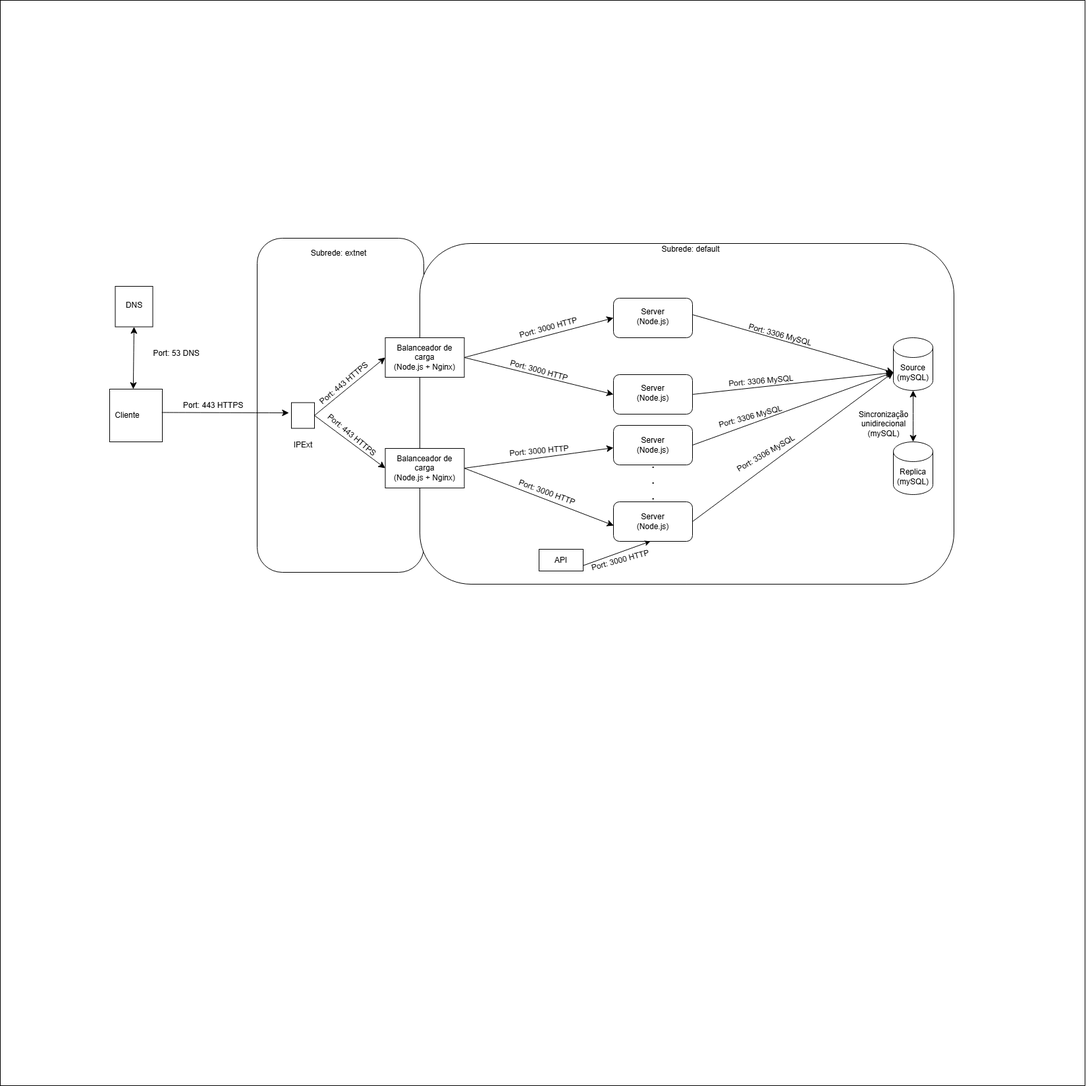
This is ArquiteturaSistema.png from rayanssan/techthrift, a draw.io export, as it was before one commit. Source tidied: cells renumbered, new cells last; positions are measured from the earlier drawing's top-left corner, leaving out a move shared by most shapes.
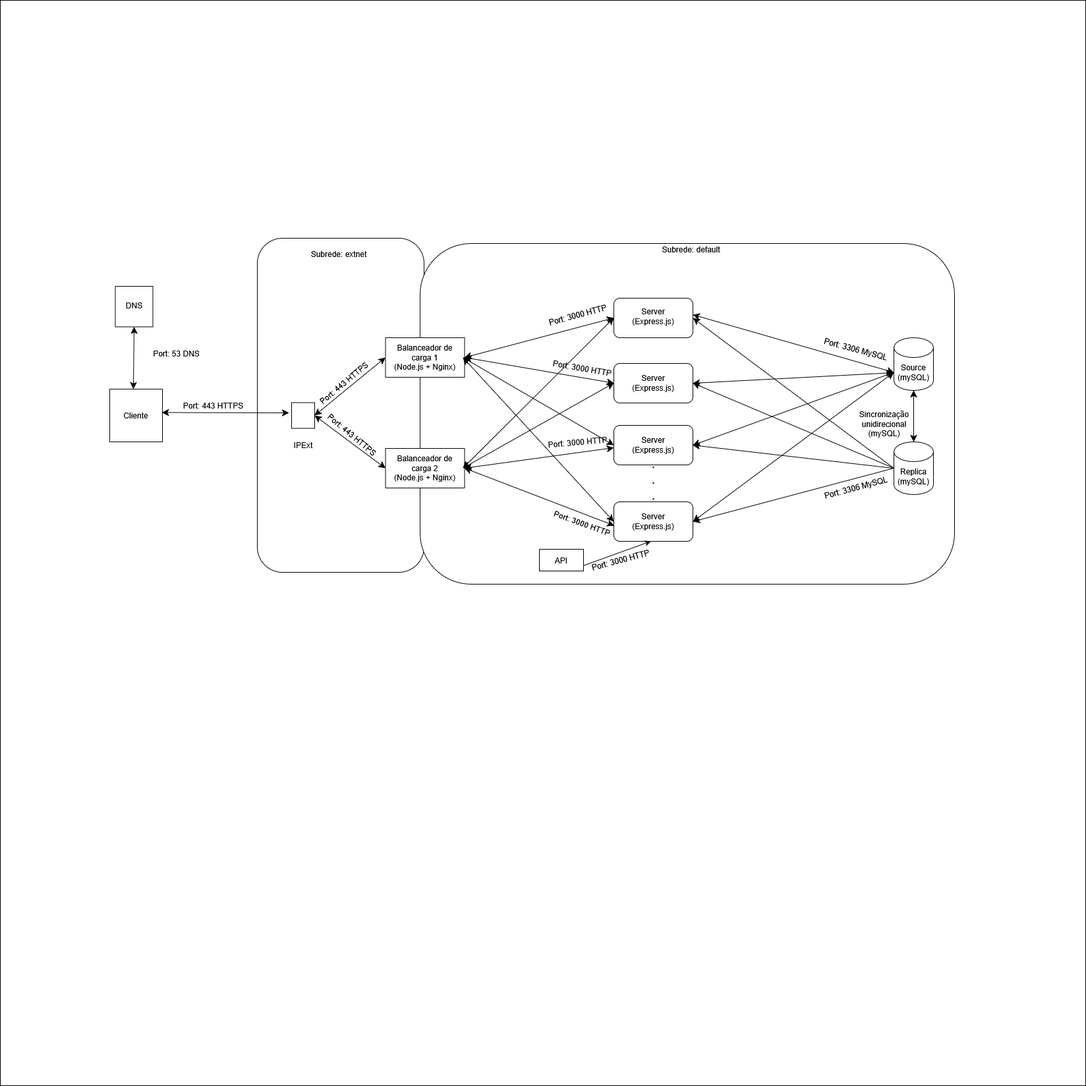
Above is the later version.

Commit message:
Ligações bidirecionais, servidores Express

Change to the diagram source:
```diff
@@ -29,3 +29,3 @@
     <mxCell id="10" style="rounded=1;whiteSpace=wrap;html=1;" parent="1" vertex="1">
-      <mxGeometry x="931" y="568" width="120" height="60" as="geometry" />
+      <mxGeometry x="931" y="551" width="120" height="60" as="geometry" />
     </mxCell>
@@ -43,3 +43,3 @@
     </mxCell>
-    <mxCell id="15" style="endArrow=classic;html=1;rounded=0;fontSize=12;startSize=8;endSize=8;curved=1;exitX=1;exitY=0.5;exitDx=0;exitDy=0;" parent="1" edge="1" source="10">
+    <mxCell id="15" style="endArrow=classic;startArrow=classic;html=1;rounded=0;fontSize=12;startSize=8;endSize=8;curved=1;exitX=1;exitY=0.5;exitDx=0;exitDy=0;" parent="1" edge="1" source="10">
       <mxGeometry relative="1" as="geometry">
@@ -48,3 +48,3 @@
     </mxCell>
-    <mxCell id="16" style="endArrow=classic;html=1;rounded=0;fontSize=12;startSize=8;endSize=8;curved=1;exitX=1;exitY=0.5;exitDx=0;exitDy=0;entryX=0;entryY=0;entryDx=0;entryDy=52.5;entryPerimeter=0;" parent="1" edge="1" target="13">
+    <mxCell id="16" style="endArrow=classic;startArrow=classic;html=1;rounded=0;fontSize=12;startSize=8;endSize=8;curved=1;exitX=1;exitY=0.5;exitDx=0;exitDy=0;entryX=0;entryY=0;entryDx=0;entryDy=52.5;entryPerimeter=0;" parent="1" edge="1" target="13">
       <mxGeometry relative="1" as="geometry">
@@ -53,6 +53,6 @@
     </mxCell>
-    <mxCell id="17" style="endArrow=classic;html=1;rounded=0;fontSize=12;startSize=8;endSize=8;curved=1;exitX=1;exitY=0.5;exitDx=0;exitDy=0;entryX=0;entryY=0;entryDx=0;entryDy=52.5;entryPerimeter=0;" parent="1" edge="1" source="11" target="13">
+    <mxCell id="17" style="endArrow=classic;startArrow=classic;html=1;rounded=0;fontSize=12;startSize=8;endSize=8;curved=1;exitX=1;exitY=0.5;exitDx=0;exitDy=0;entryX=0;entryY=0;entryDx=0;entryDy=52.5;entryPerimeter=0;" parent="1" edge="1" source="11" target="13">
       <mxGeometry relative="1" as="geometry" />
     </mxCell>
-    <mxCell id="18" style="endArrow=classic;html=1;rounded=0;fontSize=12;startSize=8;endSize=8;curved=1;exitX=1;exitY=0.5;exitDx=0;exitDy=0;entryX=0;entryY=0;entryDx=0;entryDy=52.5;entryPerimeter=0;" parent="1" edge="1" source="12" target="13">
+    <mxCell id="18" style="endArrow=classic;startArrow=classic;html=1;rounded=0;fontSize=12;startSize=8;endSize=8;curved=1;exitX=1;exitY=0.5;exitDx=0;exitDy=0;entryX=0;entryY=0;entryDx=0;entryDy=52.5;entryPerimeter=0;" parent="1" edge="1" source="12" target="13">
       <mxGeometry relative="1" as="geometry" />
@@ -62,6 +62,6 @@
     </mxCell>
-    <mxCell id="20" style="endArrow=classic;html=1;rounded=0;fontSize=12;startSize=8;endSize=8;curved=1;exitX=1;exitY=0.5;exitDx=0;exitDy=0;entryX=0;entryY=0.5;entryDx=0;entryDy=0;" parent="1" edge="1" source="7" target="9">
+    <mxCell id="20" style="endArrow=classic;startArrow=classic;html=1;rounded=0;fontSize=12;startSize=8;endSize=8;curved=1;exitX=1;exitY=0.5;exitDx=0;exitDy=0;entryX=0;entryY=0.5;entryDx=0;entryDy=0;" parent="1" edge="1" source="7" target="9">
       <mxGeometry relative="1" as="geometry" />
     </mxCell>
-    <mxCell id="21" style="endArrow=classic;html=1;rounded=0;fontSize=12;startSize=8;endSize=8;curved=1;exitX=1;exitY=0.5;exitDx=0;exitDy=0;entryX=0;entryY=0.5;entryDx=0;entryDy=0;" parent="1" edge="1" source="7" target="10">
+    <mxCell id="21" style="endArrow=classic;startArrow=classic;html=1;rounded=0;fontSize=12;startSize=8;endSize=8;curved=1;exitX=1;exitY=0.5;exitDx=0;exitDy=0;entryX=0;entryY=0.5;entryDx=0;entryDy=0;" parent="1" edge="1" source="7" target="10">
       <mxGeometry relative="1" as="geometry" />
@@ -73,3 +73,3 @@
     </mxCell>
-    <mxCell id="23" style="endArrow=classic;html=1;rounded=0;fontSize=12;startSize=8;endSize=8;curved=1;exitX=0.99;exitY=0.443;exitDx=0;exitDy=0;exitPerimeter=0;" parent="1" edge="1" source="5">
+    <mxCell id="23" style="endArrow=classic;startArrow=classic;html=1;rounded=0;fontSize=12;startSize=8;endSize=8;curved=1;exitX=0.99;exitY=0.443;exitDx=0;exitDy=0;exitPerimeter=0;" parent="1" edge="1" source="5">
       <mxGeometry relative="1" as="geometry">
@@ -81,6 +81,6 @@
     </mxCell>
-    <mxCell id="25" style="endArrow=classic;html=1;rounded=0;fontSize=12;startSize=8;endSize=8;curved=1;exitX=1;exitY=0.5;exitDx=0;exitDy=0;entryX=0;entryY=0.5;entryDx=0;entryDy=0;" parent="1" edge="1" source="24" target="7">
+    <mxCell id="25" style="endArrow=classic;startArrow=classic;html=1;rounded=0;fontSize=12;startSize=8;endSize=8;curved=1;exitX=1;exitY=0.5;exitDx=0;exitDy=0;entryX=0;entryY=0.5;entryDx=0;entryDy=0;" parent="1" edge="1" source="24" target="7">
       <mxGeometry relative="1" as="geometry" />
     </mxCell>
-    <mxCell id="26" value="&lt;div&gt;Balanceador de carga&lt;/div&gt;&lt;div&gt;(Node.js + Nginx)&lt;/div&gt;" style="text;html=1;align=center;verticalAlign=middle;whiteSpace=wrap;rounded=0;" parent="1" vertex="1">
+    <mxCell id="26" value="&lt;div&gt;Balanceador de carga 1&lt;/div&gt;&lt;div&gt;(Node.js + Nginx)&lt;/div&gt;" style="text;html=1;align=center;verticalAlign=middle;whiteSpace=wrap;rounded=0;" parent="1" vertex="1">
       <mxGeometry x="587" y="527" width="115" height="30" as="geometry" />
@@ -91,14 +91,14 @@
     <mxCell id="28" value="Cliente" style="text;html=1;align=center;verticalAlign=middle;whiteSpace=wrap;rounded=0;" parent="1" vertex="1">
-      <mxGeometry x="163" y="615" width="60" height="30" as="geometry" />
+      <mxGeometry x="176" y="615" width="60" height="30" as="geometry" />
     </mxCell>
-    <mxCell id="29" value="&lt;div&gt;Server&lt;/div&gt;&lt;div&gt;(Node.js)&lt;/div&gt;" style="text;html=1;align=center;verticalAlign=middle;whiteSpace=wrap;rounded=0;" parent="1" vertex="1">
+    <mxCell id="29" value="&lt;div&gt;Server&lt;/div&gt;&lt;div&gt;(Express.js)&lt;/div&gt;" style="text;html=1;align=center;verticalAlign=middle;whiteSpace=wrap;rounded=0;" parent="1" vertex="1">
       <mxGeometry x="961" y="465" width="60" height="30" as="geometry" />
     </mxCell>
-    <mxCell id="30" value="&lt;div&gt;Server&lt;/div&gt;&lt;div&gt;(Node.js)&lt;/div&gt;" style="text;html=1;align=center;verticalAlign=middle;whiteSpace=wrap;rounded=0;" parent="1" vertex="1">
-      <mxGeometry x="961" y="580.5" width="60" height="30" as="geometry" />
+    <mxCell id="30" value="&lt;div&gt;Server&lt;/div&gt;&lt;div&gt;(Express.js)&lt;/div&gt;" style="text;html=1;align=center;verticalAlign=middle;whiteSpace=wrap;rounded=0;" parent="1" vertex="1">
+      <mxGeometry x="961" y="566.1" width="60" height="30" as="geometry" />
     </mxCell>
-    <mxCell id="31" value="&lt;div&gt;Server&lt;/div&gt;&lt;div&gt;(Node.js)&lt;/div&gt;" style="text;html=1;align=center;verticalAlign=middle;whiteSpace=wrap;rounded=0;" parent="1" vertex="1">
+    <mxCell id="31" value="&lt;div&gt;Server&lt;/div&gt;&lt;div&gt;(Express.js)&lt;/div&gt;" style="text;html=1;align=center;verticalAlign=middle;whiteSpace=wrap;rounded=0;" parent="1" vertex="1">
       <mxGeometry x="961" y="660" width="60" height="30" as="geometry" />
     </mxCell>
-    <mxCell id="32" value="&lt;div&gt;Server&lt;/div&gt;&lt;div&gt;(Node.js)&lt;/div&gt;" style="text;html=1;align=center;verticalAlign=middle;whiteSpace=wrap;rounded=0;" parent="1" vertex="1">
+    <mxCell id="32" value="&lt;div&gt;Server&lt;/div&gt;&lt;div&gt;(Express.js)&lt;/div&gt;" style="text;html=1;align=center;verticalAlign=middle;whiteSpace=wrap;rounded=0;" parent="1" vertex="1">
       <mxGeometry x="961" y="776" width="60" height="30" as="geometry" />
@@ -109,3 +109,3 @@
     <mxCell id="34" value="Port: 3000 HTTP" style="text;html=1;align=center;verticalAlign=middle;whiteSpace=wrap;rounded=0;rotation=-15;" parent="1" vertex="1">
-      <mxGeometry x="778" y="482" width="109" height="30" as="geometry" />
+      <mxGeometry x="822" y="463" width="109" height="30" as="geometry" />
     </mxCell>
@@ -123,3 +123,3 @@
     </mxCell>
-    <mxCell id="39" style="endArrow=classic;html=1;rounded=0;fontSize=12;startSize=8;endSize=8;curved=1;exitX=1;exitY=0.5;exitDx=0;exitDy=0;entryX=0;entryY=0.5;entryDx=0;entryDy=0;" parent="1" edge="1" source="8">
+    <mxCell id="39" style="endArrow=classic;startArrow=classic;html=1;rounded=0;fontSize=12;startSize=8;endSize=8;curved=1;exitX=1;exitY=0.5;exitDx=0;exitDy=0;entryX=0;entryY=0.5;entryDx=0;entryDy=0;" parent="1" edge="1" source="8">
       <mxGeometry relative="1" as="geometry">
@@ -128,3 +128,3 @@
     </mxCell>
-    <mxCell id="40" style="endArrow=classic;html=1;rounded=0;fontSize=12;startSize=8;endSize=8;curved=1;exitX=1;exitY=0.5;exitDx=0;exitDy=0;" parent="1" edge="1" source="8">
+    <mxCell id="40" style="endArrow=classic;startArrow=classic;html=1;rounded=0;fontSize=12;startSize=8;endSize=8;curved=1;exitX=1;exitY=0.5;exitDx=0;exitDy=0;" parent="1" edge="1" source="8">
       <mxGeometry relative="1" as="geometry">
@@ -147,3 +147,3 @@
     </mxCell>
-    <mxCell id="45" style="endArrow=classic;html=1;rounded=0;fontSize=12;startSize=8;endSize=8;curved=1;exitX=1;exitY=0.5;exitDx=0;exitDy=0;entryX=0;entryY=0.5;entryDx=0;entryDy=0;" parent="1" edge="1" source="24" target="8">
+    <mxCell id="45" style="endArrow=classic;startArrow=classic;html=1;rounded=0;fontSize=12;startSize=8;endSize=8;curved=1;exitX=1;exitY=0.5;exitDx=0;exitDy=0;entryX=0;entryY=0.5;entryDx=0;entryDy=0;" parent="1" edge="1" source="24" target="8">
       <mxGeometry relative="1" as="geometry" />
@@ -153,25 +153,19 @@
     </mxCell>
-    <mxCell id="47" value="&lt;div&gt;Balanceador de carga&lt;/div&gt;&lt;div&gt;(Node.js + Nginx)&lt;/div&gt;" style="text;html=1;align=center;verticalAlign=middle;whiteSpace=wrap;rounded=0;" parent="1" vertex="1">
+    <mxCell id="47" value="&lt;div&gt;Balanceador de carga 2&lt;/div&gt;&lt;div&gt;(Node.js + Nginx)&lt;/div&gt;" style="text;html=1;align=center;verticalAlign=middle;whiteSpace=wrap;rounded=0;" parent="1" vertex="1">
       <mxGeometry x="587" y="695" width="115" height="30" as="geometry" />
     </mxCell>
-    <mxCell id="48" value="Port: 3000 HTTP" style="text;html=1;align=center;verticalAlign=middle;whiteSpace=wrap;rounded=0;rotation=15;" parent="1" vertex="1">
-      <mxGeometry x="764" y="540" width="109" height="43" as="geometry" />
+    <mxCell id="48" value="Port: 3000 HTTP" style="text;html=1;align=center;verticalAlign=middle;whiteSpace=wrap;rounded=0;rotation=10;" parent="1" vertex="1">
+      <mxGeometry x="829" y="537" width="109" height="43" as="geometry" />
     </mxCell>
     <mxCell id="49" value="Port: 3000 HTTP" style="text;html=1;align=center;verticalAlign=middle;whiteSpace=wrap;rounded=0;rotation=-5;" parent="1" vertex="1">
-      <mxGeometry x="764" y="662" width="109" height="43" as="geometry" />
+      <mxGeometry x="822" y="649.5" width="109" height="43" as="geometry" />
     </mxCell>
     <mxCell id="50" value="Port: 3000 HTTP" style="text;html=1;align=center;verticalAlign=middle;whiteSpace=wrap;rounded=0;rotation=20;" parent="1" vertex="1">
-      <mxGeometry x="776" y="725" width="109" height="43" as="geometry" />
+      <mxGeometry x="829" y="772" width="109" height="43" as="geometry" />
     </mxCell>
     <mxCell id="51" value="Port: 3306 MySQL&lt;span style=&quot;color: rgba(0, 0, 0, 0); font-family: monospace; font-size: 0px; text-align: start; text-wrap-mode: nowrap;&quot;&gt;%3CmxGraphModel%3E%3Croot%3E%3CmxCell%20id%3D%220%22%2F%3E%3CmxCell%20id%3D%221%22%20parent%3D%220%22%2F%3E%3CmxCell%20id%3D%222%22%20value%3D%22Port%3A%203000%20HTTP%22%20style%3D%22text%3Bhtml%3D1%3Balign%3Dcenter%3BverticalAlign%3Dmiddle%3BwhiteSpace%3Dwrap%3Brounded%3D0%3Brotation%3D-5%3B%22%20vertex%3D%221%22%20parent%3D%221%22%3E%3CmxGeometry%20x%3D%2285%22%20y%3D%22210%22%20width%3D%22109%22%20height%3D%2243%22%20as%3D%22geometry%22%2F%3E%3C%2FmxCell%3E%3C%2Froot%3E%3C%2FmxGraphModel%3E&lt;/span&gt;" style="text;html=1;align=center;verticalAlign=middle;whiteSpace=wrap;rounded=0;rotation=15;" parent="1" vertex="1">
-      <mxGeometry x="1130" y="487" width="109" height="43" as="geometry" />
+      <mxGeometry x="1244" y="508" width="109" height="43" as="geometry" />
     </mxCell>
-    <mxCell id="52" value="Port: 3306 MySQL&lt;span style=&quot;color: rgba(0, 0, 0, 0); font-family: monospace; font-size: 0px; text-align: start; text-wrap-mode: nowrap;&quot;&gt;%3CmxGraphModel%3E%3Croot%3E%3CmxCell%20id%3D%220%22%2F%3E%3CmxCell%20id%3D%221%22%20parent%3D%220%22%2F%3E%3CmxCell%20id%3D%222%22%20value%3D%22Port%3A%203000%20HTTP%22%20style%3D%22text%3Bhtml%3D1%3Balign%3Dcenter%3BverticalAlign%3Dmiddle%3BwhiteSpace%3Dwrap%3Brounded%3D0%3Brotation%3D-5%3B%22%20vertex%3D%221%22%20parent%3D%221%22%3E%3CmxGeometry%20x%3D%2285%22%20y%3D%22210%22%20width%3D%22109%22%20height%3D%2243%22%20as%3D%22geometry%22%2F%3E%3C%2FmxCell%3E%3C%2Froot%3E%3C%2FmxGraphModel%3E&lt;/span&gt;" style="text;html=1;align=center;verticalAlign=middle;whiteSpace=wrap;rounded=0;rotation=-5;" parent="1" vertex="1">
-      <mxGeometry x="1100.8" y="557" width="109" height="43" as="geometry" />
-    </mxCell>
-    <mxCell id="53" value="Port: 3306 MySQL&lt;span style=&quot;color: rgba(0, 0, 0, 0); font-family: monospace; font-size: 0px; text-align: start; text-wrap-mode: nowrap;&quot;&gt;%3CmxGraphModel%3E%3Croot%3E%3CmxCell%20id%3D%220%22%2F%3E%3CmxCell%20id%3D%221%22%20parent%3D%220%22%2F%3E%3CmxCell%20id%3D%222%22%20value%3D%22Port%3A%203000%20HTTP%22%20style%3D%22text%3Bhtml%3D1%3Balign%3Dcenter%3BverticalAlign%3Dmiddle%3BwhiteSpace%3Dwrap%3Brounded%3D0%3Brotation%3D-5%3B%22%20vertex%3D%221%22%20parent%3D%221%22%3E%3CmxGeometry%20x%3D%2285%22%20y%3D%22210%22%20width%3D%22109%22%20height%3D%2243%22%20as%3D%22geometry%22%2F%3E%3C%2FmxCell%3E%3C%2Froot%3E%3C%2FmxGraphModel%3E&lt;/span&gt;" style="text;html=1;align=center;verticalAlign=middle;whiteSpace=wrap;rounded=0;rotation=-15;" parent="1" vertex="1">
-      <mxGeometry x="1085" y="610.5" width="109" height="43" as="geometry" />
-    </mxCell>
-    <mxCell id="54" value="Port: 3306 MySQL&lt;span style=&quot;color: rgba(0, 0, 0, 0); font-family: monospace; font-size: 0px; text-align: start; text-wrap-mode: nowrap;&quot;&gt;%3CmxGraphModel%3E%3Croot%3E%3CmxCell%20id%3D%220%22%2F%3E%3CmxCell%20id%3D%221%22%20parent%3D%220%22%2F%3E%3CmxCell%20id%3D%222%22%20value%3D%22Port%3A%203000%20HTTP%22%20style%3D%22text%3Bhtml%3D1%3Balign%3Dcenter%3BverticalAlign%3Dmiddle%3BwhiteSpace%3Dwrap%3Brounded%3D0%3Brotation%3D-5%3B%22%20vertex%3D%221%22%20parent%3D%221%22%3E%3CmxGeometry%20x%3D%2285%22%20y%3D%22210%22%20width%3D%22109%22%20height%3D%2243%22%20as%3D%22geometry%22%2F%3E%3C%2FmxCell%3E%3C%2Froot%3E%3C%2FmxGraphModel%3E&lt;/span&gt;" style="text;html=1;align=center;verticalAlign=middle;whiteSpace=wrap;rounded=0;rotation=-30;" parent="1" vertex="1">
-      <mxGeometry x="1108" y="666" width="109" height="43" as="geometry" />
+    <mxCell id="54" value="Port: 3306 MySQL&lt;span style=&quot;color: rgba(0, 0, 0, 0); font-family: monospace; font-size: 0px; text-align: start; text-wrap-mode: nowrap;&quot;&gt;%3CmxGraphModel%3E%3Croot%3E%3CmxCell%20id%3D%220%22%2F%3E%3CmxCell%20id%3D%221%22%20parent%3D%220%22%2F%3E%3CmxCell%20id%3D%222%22%20value%3D%22Port%3A%203000%20HTTP%22%20style%3D%22text%3Bhtml%3D1%3Balign%3Dcenter%3BverticalAlign%3Dmiddle%3BwhiteSpace%3Dwrap%3Brounded%3D0%3Brotation%3D-5%3B%22%20vertex%3D%221%22%20parent%3D%221%22%3E%3CmxGeometry%20x%3D%2285%22%20y%3D%22210%22%20width%3D%22109%22%20height%3D%2243%22%20as%3D%22geometry%22%2F%3E%3C%2FmxCell%3E%3C%2Froot%3E%3C%2FmxGraphModel%3E&lt;/span&gt;" style="text;html=1;align=center;verticalAlign=middle;whiteSpace=wrap;rounded=0;rotation=-15;" parent="1" vertex="1">
+      <mxGeometry x="1244" y="718" width="109" height="43" as="geometry" />
     </mxCell>
@@ -183,2 +177,26 @@
     </mxCell>
+    <mxCell id="57" style="endArrow=classic;html=1;rounded=0;fontSize=12;startSize=8;endSize=8;curved=1;entryX=1;entryY=0.5;entryDx=0;entryDy=0;exitX=0;exitY=0.5;exitDx=0;exitDy=0;exitPerimeter=0;" parent="1" edge="1" source="14" target="12">
+      <mxGeometry relative="1" as="geometry" />
+    </mxCell>
+    <mxCell id="58" style="endArrow=classic;html=1;rounded=0;fontSize=12;startSize=8;endSize=8;curved=1;entryX=1;entryY=0.5;entryDx=0;entryDy=0;exitX=0;exitY=0.5;exitDx=0;exitDy=0;exitPerimeter=0;" parent="1" edge="1" source="14" target="11">
+      <mxGeometry relative="1" as="geometry" />
+    </mxCell>
+    <mxCell id="59" style="endArrow=classic;html=1;rounded=0;fontSize=12;startSize=8;endSize=8;curved=1;entryX=1;entryY=0.5;entryDx=0;entryDy=0;exitX=0;exitY=0.5;exitDx=0;exitDy=0;exitPerimeter=0;" parent="1" edge="1" source="14" target="10">
+      <mxGeometry relative="1" as="geometry" />
+    </mxCell>
+    <mxCell id="60" style="endArrow=classic;html=1;rounded=0;fontSize=12;startSize=8;endSize=8;curved=1;entryX=1;entryY=0.5;entryDx=0;entryDy=0;exitX=0;exitY=0.5;exitDx=0;exitDy=0;exitPerimeter=0;" parent="1" edge="1" source="14" target="9">
+      <mxGeometry relative="1" as="geometry" />
+    </mxCell>
+    <mxCell id="61" style="endArrow=classic;startArrow=classic;html=1;rounded=0;fontSize=12;startSize=8;endSize=8;curved=1;exitX=1;exitY=0.5;exitDx=0;exitDy=0;entryX=0;entryY=0.5;entryDx=0;entryDy=0;" parent="1" edge="1" source="26" target="11">
+      <mxGeometry relative="1" as="geometry" />
+    </mxCell>
+    <mxCell id="62" style="endArrow=classic;startArrow=classic;html=1;rounded=0;fontSize=12;startSize=8;endSize=8;curved=1;exitX=1;exitY=0.5;exitDx=0;exitDy=0;entryX=0;entryY=0.5;entryDx=0;entryDy=0;" parent="1" edge="1" source="26" target="12">
+      <mxGeometry relative="1" as="geometry" />
+    </mxCell>
+    <mxCell id="63" style="endArrow=classic;startArrow=classic;html=1;rounded=0;fontSize=12;startSize=8;endSize=8;curved=1;exitX=1;exitY=0.5;exitDx=0;exitDy=0;entryX=0;entryY=0.5;entryDx=0;entryDy=0;" parent="1" edge="1" source="47" target="9">
+      <mxGeometry relative="1" as="geometry" />
+    </mxCell>
+    <mxCell id="64" style="endArrow=classic;startArrow=classic;html=1;rounded=0;fontSize=12;startSize=8;endSize=8;curved=1;exitX=1;exitY=0.5;exitDx=0;exitDy=0;entryX=0;entryY=0.5;entryDx=0;entryDy=0;" parent="1" edge="1" source="47" target="10">
+      <mxGeometry relative="1" as="geometry" />
+    </mxCell>
   </root>
```
